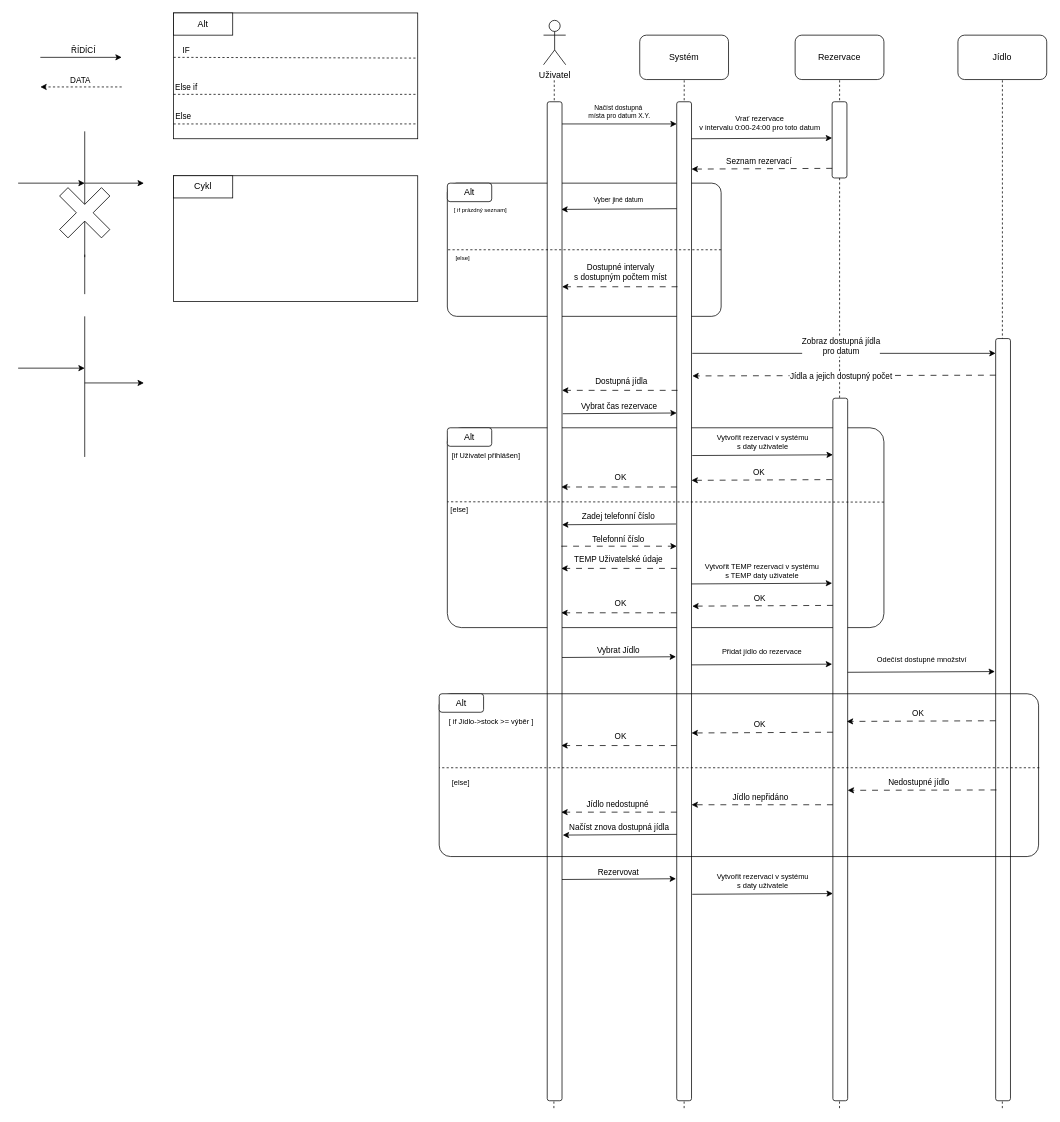
This is page "Sekvenční" (3 of 3) of Diagram.drawio from LPbigFish/SWI-Projekt, a draw.io file, before an edit. Source tidied: cells renumbered, new cells numbered last; positions are measured from the earlier drawing's top-left corner, leaving out a move shared by most shapes. Both pictures are drawn from the tidied source at 74%, with x=0, y=0 at pixel (18, 13).
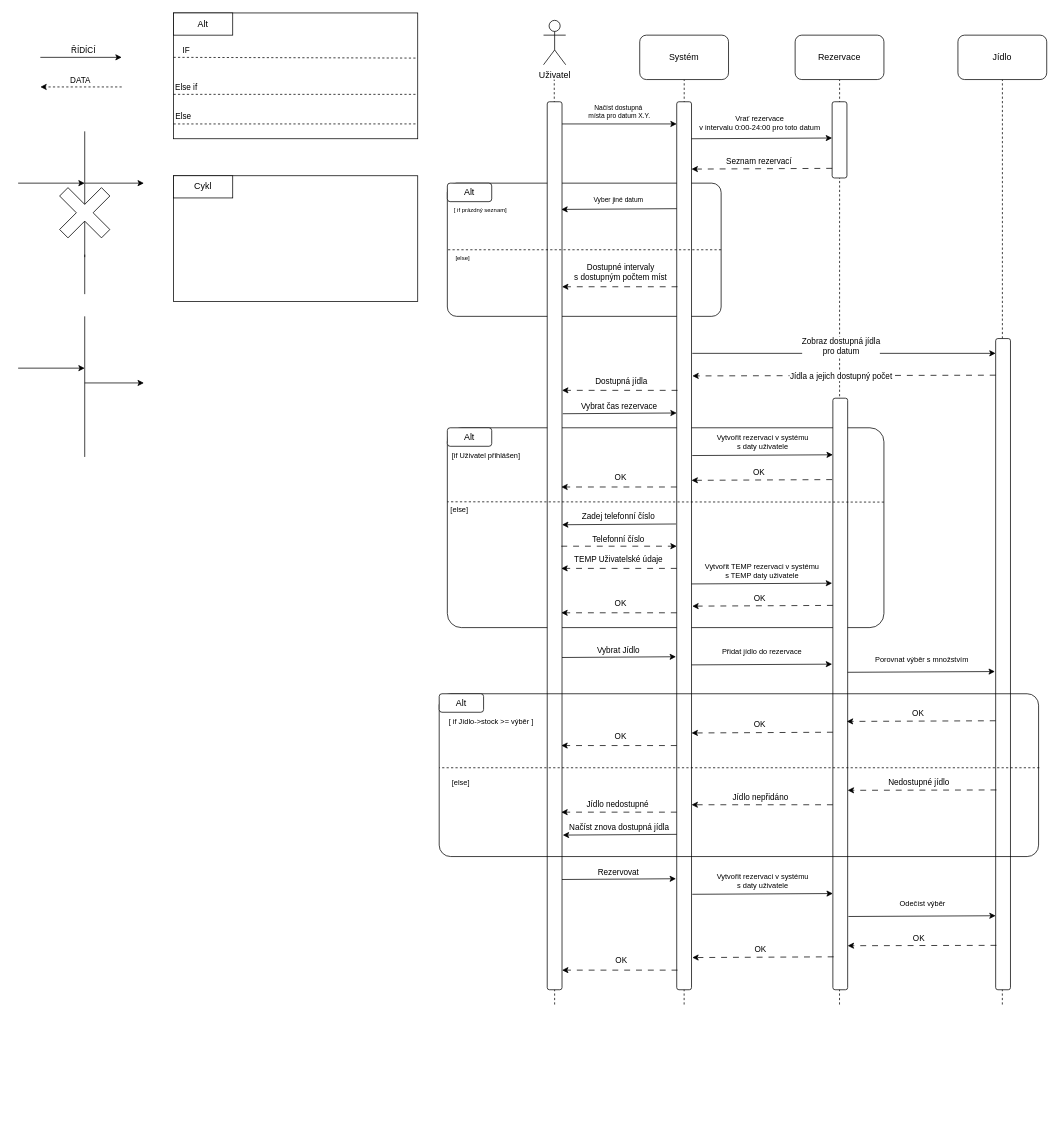
The same page after the edit.

The change refers to these unchanged cells:
```xml
<mxCell id="87" style="endArrow=classic;html=1;rounded=0;" parent="1" edge="1">
  <mxGeometry relative="1" as="geometry">
    <mxPoint x="1121" y="891" as="sourcePoint" />
    <mxPoint x="1320" y="890" as="targetPoint" />
  </mxGeometry>
</mxCell>
```

The edit, as a diff of the source:
```diff
@@
     <mxCell id="2" style="endArrow=none;dashed=1;html=1;rounded=0;entryX=0.5;entryY=1;entryDx=0;entryDy=0;" parent="1" edge="1">
       <mxGeometry relative="1" as="geometry">
-        <mxPoint x="900" y="1480" as="sourcePoint" />
+        <mxPoint x="900" y="1340" as="sourcePoint" />
         <mxPoint x="900.1" y="90" as="targetPoint" />
       </mxGeometry>
     </mxCell>
     <mxCell id="3" style="endArrow=none;dashed=1;html=1;rounded=0;entryX=0.5;entryY=1;entryDx=0;entryDy=0;" parent="1" edge="1">
       <mxGeometry relative="1" as="geometry">
-        <mxPoint x="1110" y="1480" as="sourcePoint" />
+        <mxPoint x="1110" y="1340" as="sourcePoint" />
         <mxPoint x="1110.1" y="90" as="targetPoint" />
       </mxGeometry>
     </mxCell>
     <mxCell id="4" style="endArrow=none;dashed=1;html=1;rounded=0;entryX=0.5;entryY=1;entryDx=0;entryDy=0;" parent="1" edge="1">
       <mxGeometry relative="1" as="geometry">
-        <mxPoint x="1330" y="1480" as="sourcePoint" />
+        <mxPoint x="1330" y="1340" as="sourcePoint" />
         <mxPoint x="1330.1" y="90" as="targetPoint" />
       </mxGeometry>
     </mxCell>
@@
     <mxCell id="34" style="endArrow=none;dashed=1;html=1;rounded=0;entryX=0.5;entryY=1;entryDx=0;entryDy=0;" parent="1" edge="1">
       <mxGeometry relative="1" as="geometry">
-        <mxPoint x="724" y="1480" as="sourcePoint" />
+        <mxPoint x="725" y="1340" as="sourcePoint" />
         <mxPoint x="724.5" y="90" as="targetPoint" />
       </mxGeometry>
     </mxCell>
     <mxCell id="35" style="rounded=1;whiteSpace=wrap;html=1;" parent="1" vertex="1">
-      <mxGeometry x="890" y="120" width="20" height="1350" as="geometry" />
+      <mxGeometry x="890" y="120" width="20" height="1200" as="geometry" />
     </mxCell>
@@
     <mxCell id="37" style="rounded=1;whiteSpace=wrap;html=1;" parent="1" vertex="1">
-      <mxGeometry x="715" y="120" width="20" height="1350" as="geometry" />
+      <mxGeometry x="715" y="120" width="20" height="1200" as="geometry" />
     </mxCell>
     <mxCell id="38" style="rounded=1;whiteSpace=wrap;html=1;" parent="1" vertex="1">
-      <mxGeometry x="1321" y="440" width="20" height="1030" as="geometry" />
+      <mxGeometry x="1321" y="440" width="20" height="880" as="geometry" />
     </mxCell>
@@
     <mxCell id="53" style="rounded=1;whiteSpace=wrap;html=1;" parent="1" vertex="1">
-      <mxGeometry x="1101" y="520.6" width="20" height="949.4" as="geometry" />
+      <mxGeometry x="1101" y="520.6" width="20" height="799.4" as="geometry" />
     </mxCell>
@@
-    <mxCell id="88" value="Odečíst dostupné množství" style="edgeLabel;html=1;align=center;verticalAlign=middle;fontSize=10;" parent="87" vertex="1">
+    <mxCell id="88" value="Porovnat výběr s množstvím" style="edgeLabel;html=1;align=center;verticalAlign=middle;fontSize=10;" parent="87" vertex="1">
       <mxGeometry x="-0.07" y="-1" relative="1" as="geometry">
         <mxPoint x="6" y="-19" as="offset" />
       </mxGeometry>
     </mxCell>
@@
+    <mxCell id="112" style="endArrow=classic;html=1;rounded=0;" parent="1" edge="1">
+      <mxGeometry relative="1" as="geometry">
+        <mxPoint x="1122" y="1221" as="sourcePoint" />
+        <mxPoint x="1321" y="1220" as="targetPoint" />
+      </mxGeometry>
+    </mxCell>
+    <mxCell id="113" value="Odečíst výběr" style="edgeLabel;html=1;align=center;verticalAlign=middle;fontSize=10;" parent="112" vertex="1">
+      <mxGeometry x="-0.07" y="-1" relative="1" as="geometry">
+        <mxPoint x="6" y="-19" as="offset" />
+      </mxGeometry>
+    </mxCell>
+    <mxCell id="114" style="endArrow=classic;html=1;rounded=0;dashed=1;strokeWidth=1;dashPattern=8 8;entryX=0.68;entryY=0.17;entryDx=0;entryDy=0;entryPerimeter=0;" parent="1" edge="1">
+      <mxGeometry relative="1" as="geometry">
+        <mxPoint x="1322" y="1260" as="sourcePoint" />
+        <mxPoint x="1121" y="1260.5" as="targetPoint" />
+      </mxGeometry>
+    </mxCell>
+    <mxCell id="115" value="OK" style="edgeLabel;html=1;align=center;verticalAlign=middle;" parent="114" vertex="1">
+      <mxGeometry x="0.04" y="-1" relative="1" as="geometry">
+        <mxPoint y="-10" as="offset" />
+      </mxGeometry>
+    </mxCell>
+    <mxCell id="116" style="endArrow=classic;html=1;rounded=0;dashed=1;strokeWidth=1;dashPattern=8 8;" parent="1" edge="1">
+      <mxGeometry relative="1" as="geometry">
+        <mxPoint x="1102" y="1275.5" as="sourcePoint" />
+        <mxPoint x="911" y="1276.5" as="targetPoint" />
+      </mxGeometry>
+    </mxCell>
+    <mxCell id="117" value="OK" style="edgeLabel;html=1;align=center;verticalAlign=middle;" parent="116" vertex="1">
+      <mxGeometry x="0.04" y="-1" relative="1" as="geometry">
+        <mxPoint y="-10" as="offset" />
+      </mxGeometry>
+    </mxCell>
+    <mxCell id="118" style="endArrow=classic;html=1;rounded=0;dashed=1;strokeWidth=1;dashPattern=8 8;" parent="1" edge="1">
+      <mxGeometry relative="1" as="geometry">
+        <mxPoint x="891" y="1293.5" as="sourcePoint" />
+        <mxPoint x="735" y="1293.5" as="targetPoint" />
+      </mxGeometry>
+    </mxCell>
+    <mxCell id="119" value="OK" style="edgeLabel;html=1;align=center;verticalAlign=middle;" parent="118" vertex="1">
+      <mxGeometry x="0.04" y="-1" relative="1" as="geometry">
+        <mxPoint x="4" y="-12" as="offset" />
+      </mxGeometry>
+    </mxCell>
```
